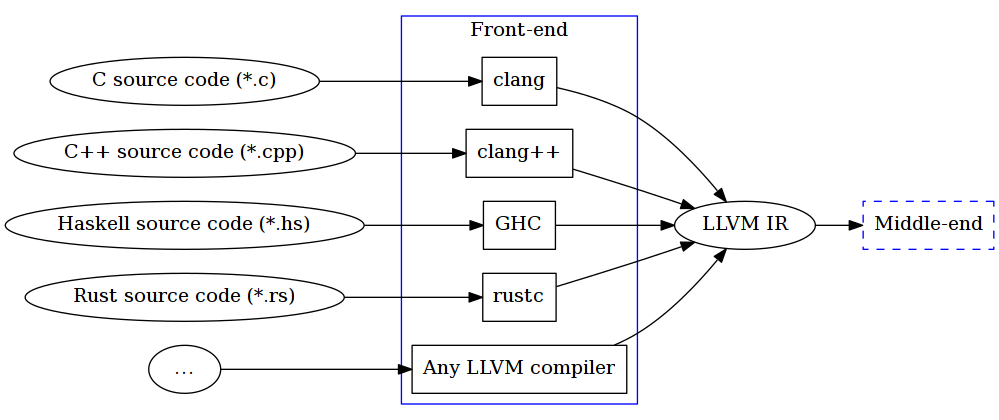
This is inc/front-end_source.png from decomp/doc, a Graphviz export, as it was before one commit. Its source is kept beside it as inc/front-end_source.dot.
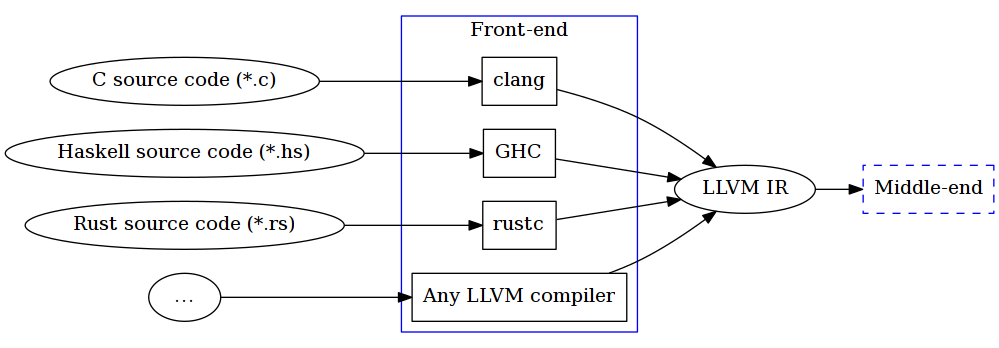
The same file after the commit.

Commit message:
report: Add Front-end subsection to the Decompiler Pipeline section.

What changed in the source:
```diff
@@ -1,19 +1,16 @@
 digraph G {
 	In1 [label="C source code (*.c)"]
 
-	In2 [label="C++ source code (*.cpp)"]
+	In2 [label="Haskell source code (*.hs)"]
 
-	In3 [label="Haskell source code (*.hs)"]
+	In3 [label="Rust source code (*.rs)"]
 
-	In4 [label="Rust source code (*.rs)"]
-
-	In5 [label="…"]
+	In4 [label="…"]
 
 	subgraph cluster {
 		label="Front-end"
 		color=blue
 		clang [label="clang" shape=box]
-		clangpp [label="clang++" shape=box]
 		GHC [label="GHC" shape=box]
 		rustc [label="rustc" shape=box]
 		anycomp [label="Any LLVM compiler" shape=box]
@@ -24,13 +21,11 @@
 	Middle [label="Middle-end" shape=box style=dashed color=blue]
 
 	In1 -> clang
-	In2 -> clangpp
-	In3 -> GHC
-	In4 -> rustc
-	In5 -> anycomp
+	In2 -> GHC
+	In3 -> rustc
+	In4 -> anycomp
 
 	clang -> Out
-	clangpp -> Out
 	GHC -> Out
 	rustc -> Out
 	anycomp -> Out
```
